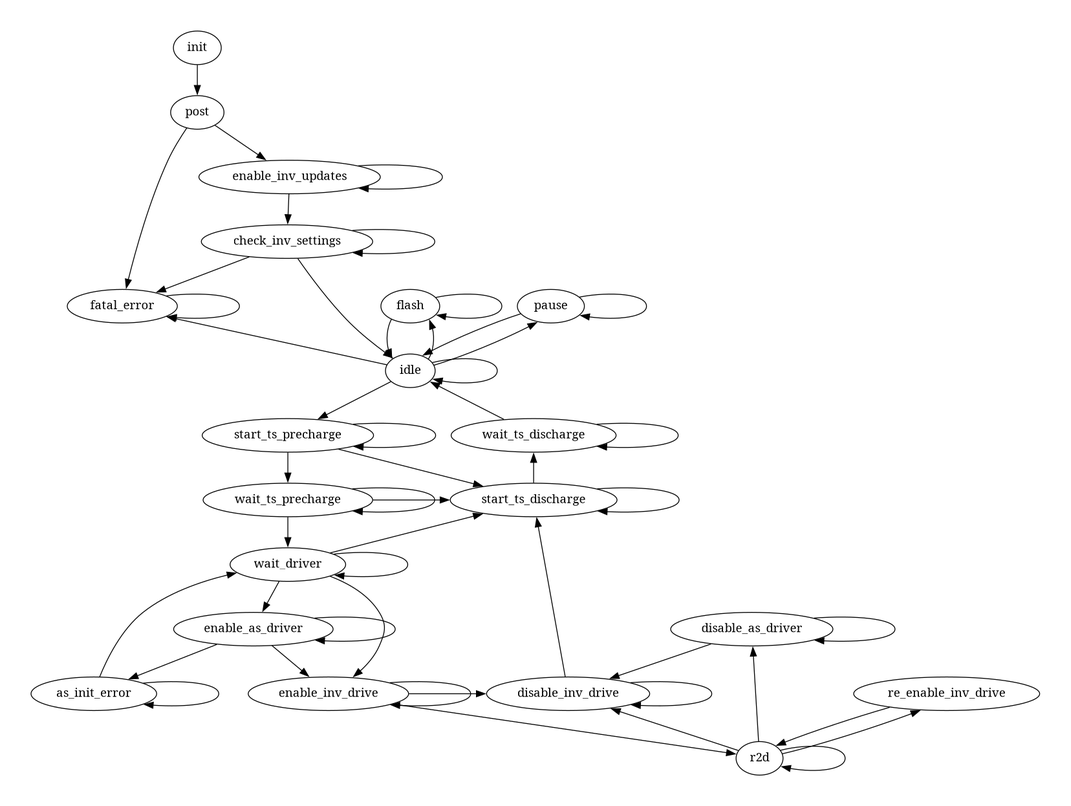
eagletrt/ecu-sw keeps this Graphviz diagram as Docs/fsm.png. Above is the earlier version. Its source is kept beside it as Docs/fsm.dot.
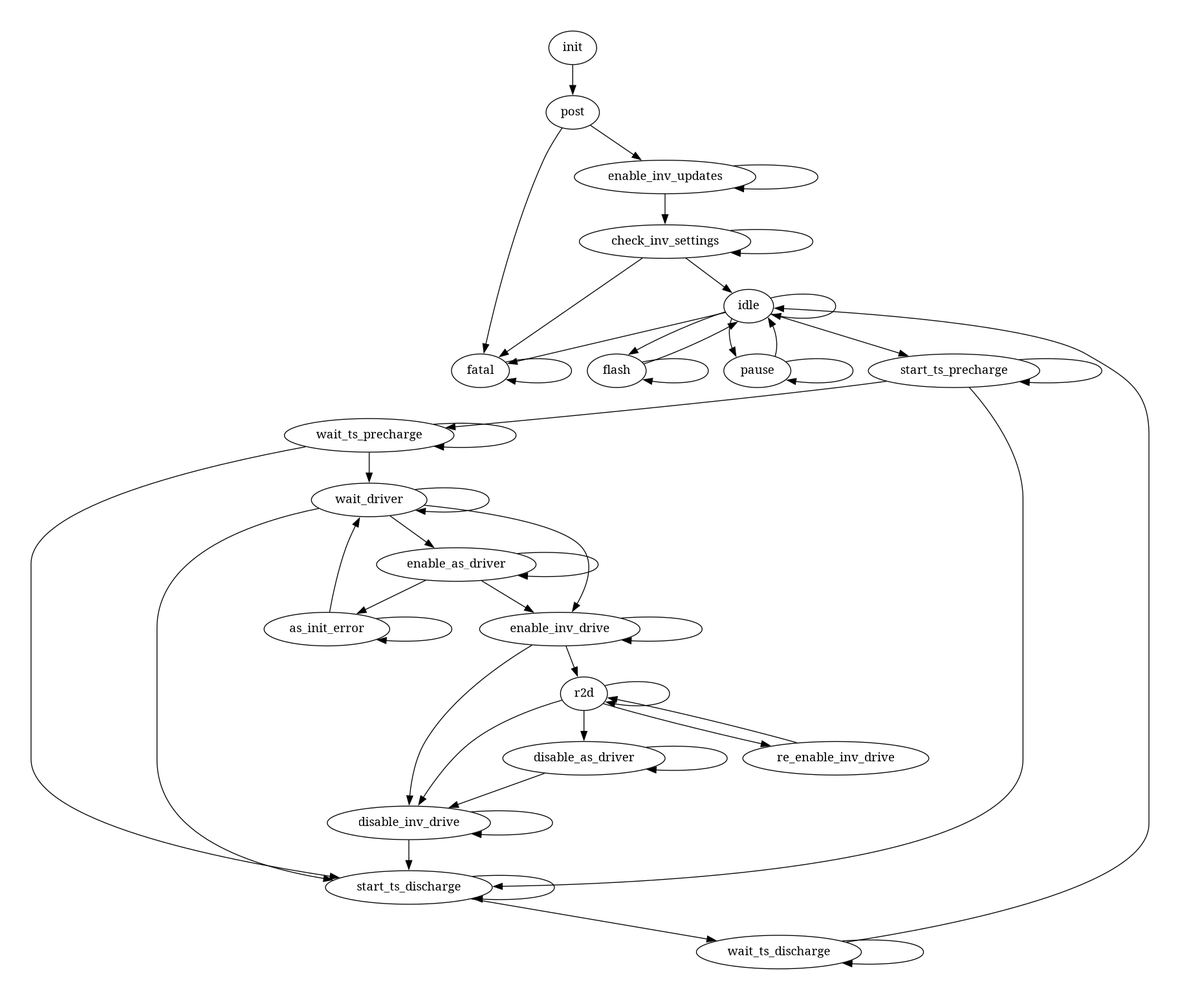
Above is the later version.

Change to the diagram source:
```diff
@@ -8,7 +8,7 @@
     post // check communication with other boards and configs
     flash // flash new code or abort and go back to idle
     pause // change new params that has to be checked in init or abort and go back to idle
-    fatal_error
+    fatal
 
     enable_inv_updates
     check_inv_settings
@@ -39,21 +39,21 @@
     init -> post
 
     post -> enable_inv_updates
-    post -> fatal_error
+    post -> fatal
 
     enable_inv_updates -> enable_inv_updates
     enable_inv_updates -> check_inv_settings
 
     check_inv_settings -> check_inv_settings
     check_inv_settings -> idle
-    check_inv_settings -> fatal_error
+    check_inv_settings -> fatal
 
-    fatal_error -> fatal_error
+    fatal -> fatal
 
     idle -> idle
     idle -> flash
     idle -> pause
-    idle -> fatal_error
+    idle -> fatal
     idle -> start_ts_precharge
 
     pause -> pause
```
